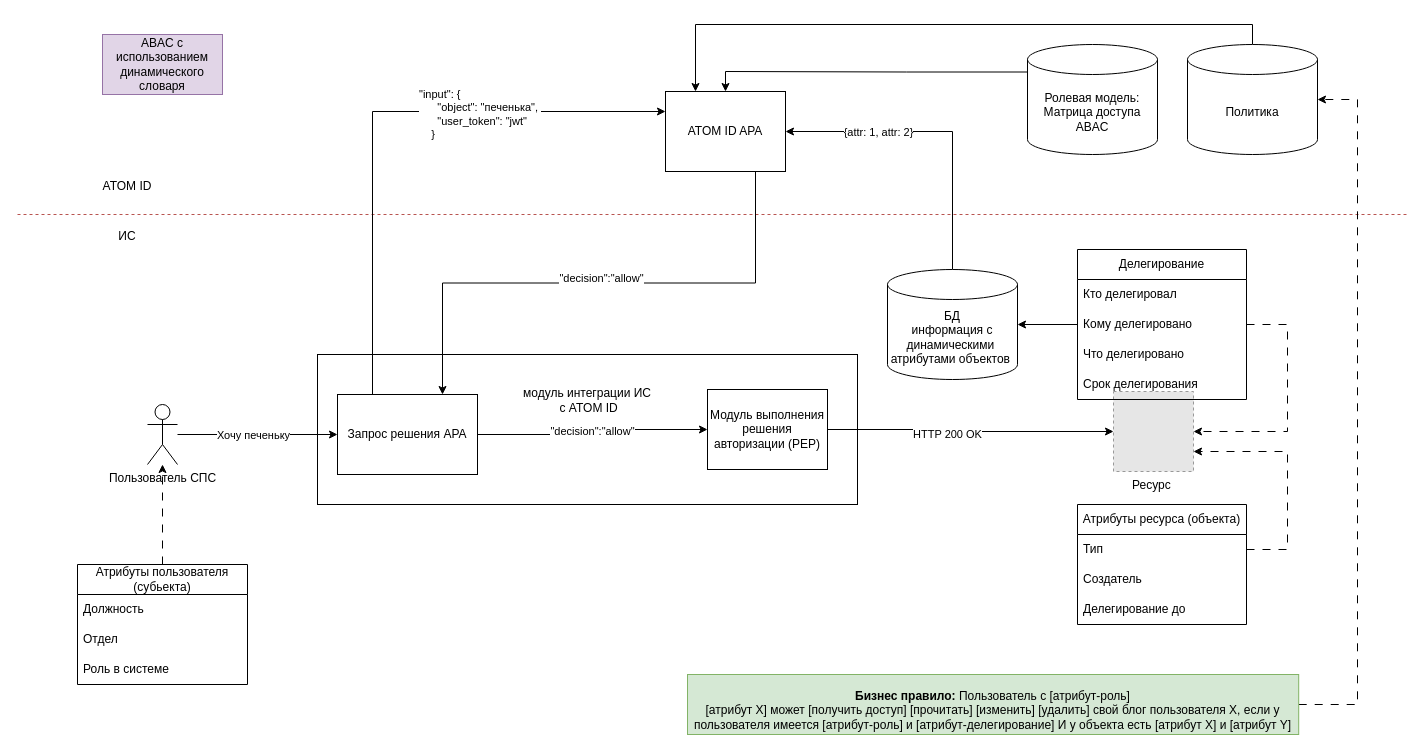
FIR-UIII/notes keeps this draw.io diagram as page "АРХ.AUTHZ.ABAC2" (4 of 5) of AppSec/Арх.паттерны.drawio. Above is the earlier version. Source tidied: cells renumbered, new cells numbered last; positions are measured from the earlier drawing's top-left corner, leaving out a move shared by most shapes. Both pictures are drawn from the tidied source at 100%, with x=0, y=0 at pixel (17, 34). Pictures stored in the file or linked from it are replaced by grey dashed boxes.
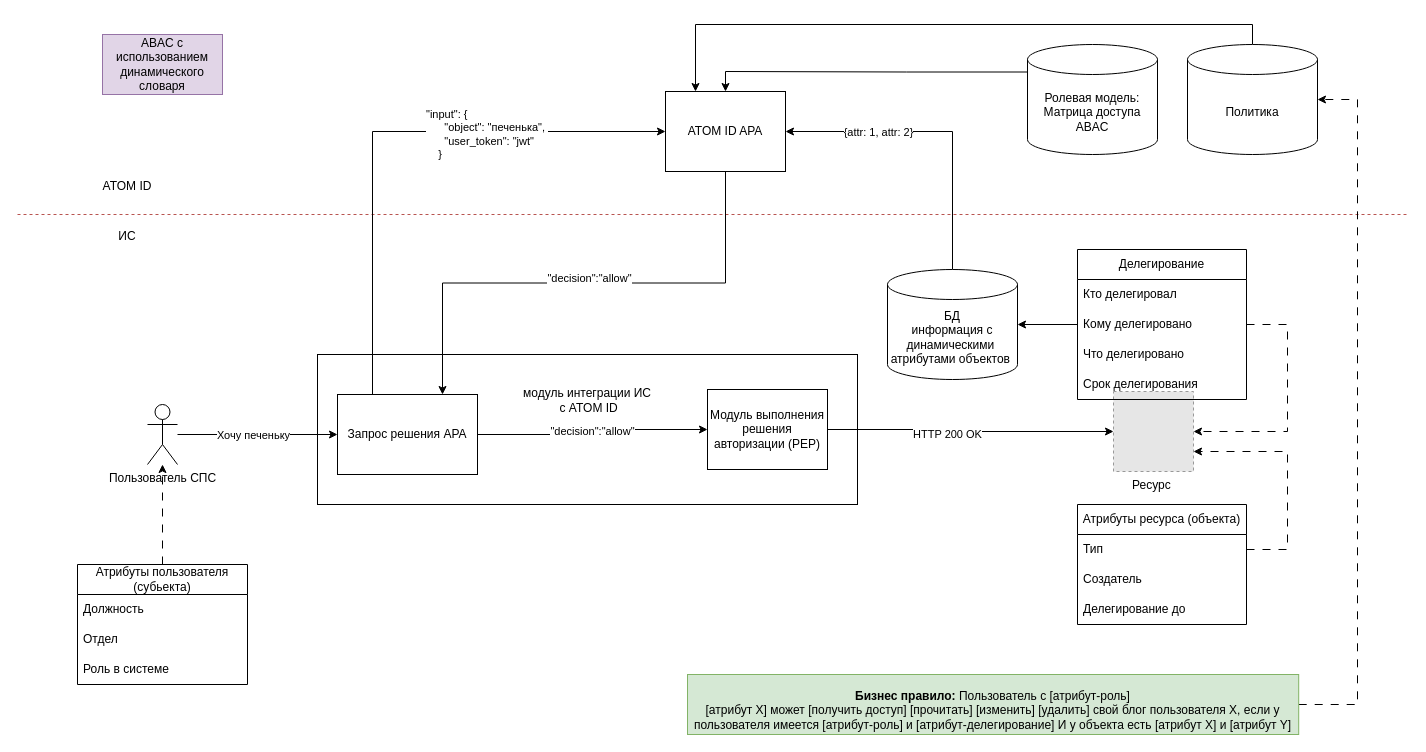
After the change.

The change refers to these unchanged cells:
```xml
<mxCell id="10" value="ATOM ID APA" style="rounded=0;whiteSpace=wrap;html=1;" parent="1" vertex="1">
  <mxGeometry x="648" y="57" width="120" height="80" as="geometry" />
</mxCell>
<mxCell id="34" value="Запрос решения APA" style="rounded=0;whiteSpace=wrap;html=1;" parent="1" vertex="1">
  <mxGeometry x="320" y="360" width="140" height="80" as="geometry" />
</mxCell>
```

What changed in the source:
```diff
@@
-    <mxCell id="4" style="edgeStyle=orthogonalEdgeStyle;rounded=0;jettySize=auto;html=1;entryX=0;entryY=0.25;entryDx=0;entryDy=0;exitX=0.25;exitY=0;exitDx=0;exitDy=0;" parent="1" edge="1" source="34" target="10">
+    <mxCell id="4" style="edgeStyle=orthogonalEdgeStyle;rounded=0;jettySize=auto;html=1;entryX=0;entryY=0.5;entryDx=0;entryDy=0;exitX=0.25;exitY=0;exitDx=0;exitDy=0;" parent="1" edge="1" source="34" target="10">
       <mxGeometry relative="1" as="geometry" />
     </mxCell>
@@
-    <mxCell id="8" style="edgeStyle=orthogonalEdgeStyle;rounded=0;jettySize=auto;html=1;exitX=0.75;exitY=1;exitDx=0;exitDy=0;entryX=0.75;entryY=0;entryDx=0;entryDy=0;" parent="1" edge="1" source="10" target="34">
+    <mxCell id="8" style="edgeStyle=orthogonalEdgeStyle;rounded=0;jettySize=auto;html=1;exitX=0.5;exitY=1;exitDx=0;exitDy=0;entryX=0.75;entryY=0;entryDx=0;entryDy=0;" parent="1" edge="1" source="10" target="34">
       <mxGeometry relative="1" as="geometry" />
     </mxCell>
```
